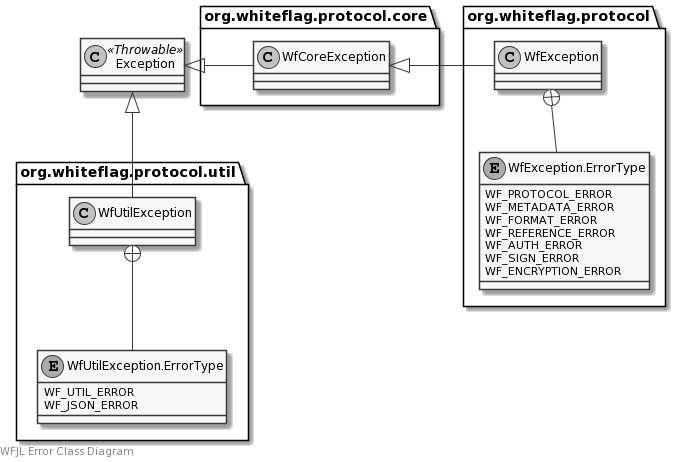
This is docs/uml/errors.png from WhiteflagProtocol/whiteflag-java, a PlantUML export, as it was before one commit.
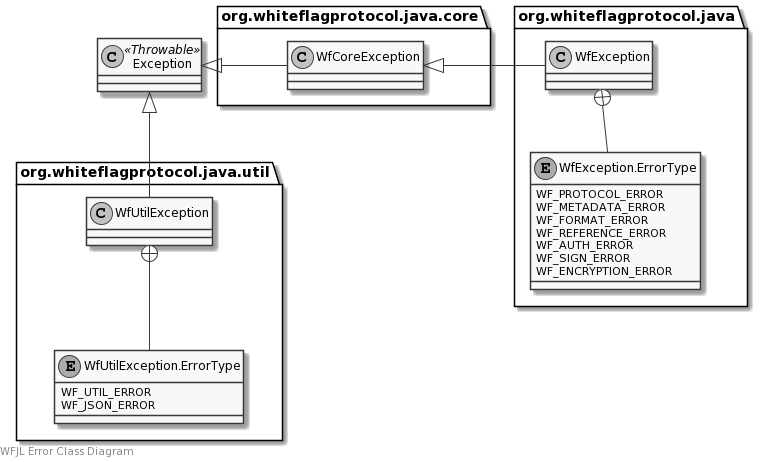
Above is the later version.

The edit, as a diff of the source:
```diff
@@ -5,12 +5,12 @@
 
 class Exception <<Throwable>>
 
-package org.whiteflag.protocol.core {
+package org.whiteflagprotocol.java.core {
     class WfCoreException
 }
 Exception <|- WfCoreException
 
-package org.whiteflag.protocol.util {
+package org.whiteflagprotocol.java.util {
     class WfUtilException
     enum WfUtilException.ErrorType {
         WF_UTIL_ERROR
@@ -20,7 +20,7 @@
 }
 Exception <|-- WfUtilException
 
-package org.whiteflag.protocol {
+package org.whiteflagprotocol.java {
     class WfException
     enum WfException.ErrorType {
         WF_PROTOCOL_ERROR
```
